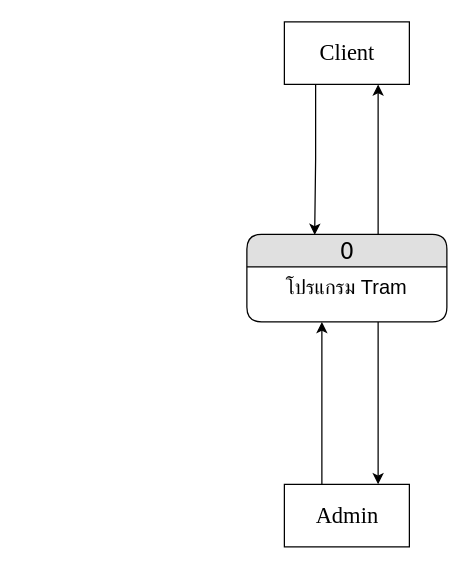
Above: page "Main" (1 of 3) of data_flow.drawio in Domineice/Tram_tracking_draft (draw.io), before the change. Source tidied: cells renumbered, new cells numbered last; positions are measured from the earlier drawing's top-left corner, leaving out a move shared by most shapes. Both pictures are drawn from the tidied source at 125%, with x=0, y=0 at pixel (246, 21).
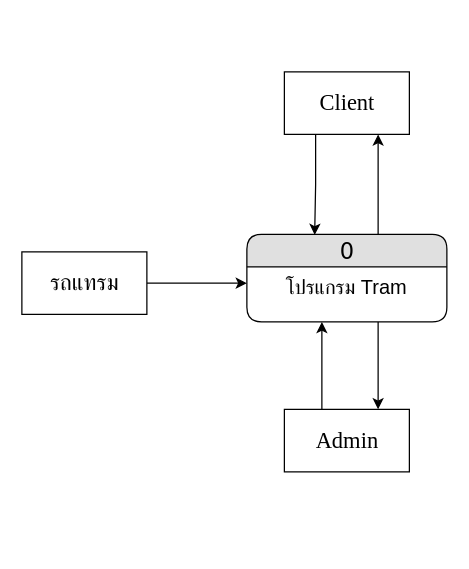
The same diagram, later.

Diff of the diagram source:
```diff
@@
 <mxGraphModel background="#ffffff">
   <root>
     <mxCell id="0" />
     <mxCell id="1" parent="0" />
     <mxCell id="2" style="edgeStyle=orthogonalEdgeStyle;rounded=1;jettySize=auto;html=1;fontFamily=Times New Roman;fontSize=11;entryX=0.75;entryY=0;entryDx=0;entryDy=0;" parent="1" edge="1" source="3" target="8">
       <mxGeometry relative="1" as="geometry">
         <Array as="points">
           <mxPoint x="105" y="280" />
           <mxPoint x="105" y="280" />
         </Array>
       </mxGeometry>
     </mxCell>
     <mxCell id="3" value="&lt;font style=&quot;font-size: 18px&quot;&gt;0&lt;/font&gt;" style="swimlane;html=1;fontStyle=0;horizontal=1;startSize=26;fillColor=#e0e0e0;swimlaneFillColor=#ffffff;align=center;rounded=1;shadow=0;comic=0;labelBackgroundColor=none;strokeWidth=1;fontFamily=Verdana;fontSize=12;" parent="1" vertex="1">
       <mxGeometry y="170" width="160" height="70" as="geometry" />
     </mxCell>
     <mxCell id="4" value="&lt;font style=&quot;font-size: 16px&quot;&gt;โปรแกรม Tram Tracking&lt;/font&gt;" style="text;html=1;strokeColor=none;fillColor=none;spacingLeft=4;spacingRight=4;whiteSpace=wrap;overflow=hidden;points=[[0,0.5],[1,0.5]];portConstraint=eastwest;align=center;" parent="3" vertex="1">
       <mxGeometry y="26" width="160" height="26" as="geometry" />
     </mxCell>
     <mxCell id="5" style="edgeStyle=orthogonalEdgeStyle;rounded=0;jettySize=auto;html=1;exitX=0.25;exitY=1;exitDx=0;exitDy=0;entryX=0.339;entryY=0.006;entryDx=0;entryDy=0;entryPerimeter=0;fontFamily=Times New Roman;fontSize=18;" parent="1" edge="1" source="6" target="3">
       <mxGeometry relative="1" as="geometry" />
     </mxCell>
     <mxCell id="6" value="Client" style="html=1;dashed=0;whitespace=wrap;fontFamily=Times New Roman;fontSize=18;align=center;" parent="1" vertex="1">
-      <mxGeometry x="30" width="100" height="50" as="geometry" />
+      <mxGeometry x="30" y="40" width="100" height="50" as="geometry" />
     </mxCell>
     <mxCell id="7" style="edgeStyle=orthogonalEdgeStyle;rounded=1;jettySize=auto;html=1;fontFamily=Times New Roman;fontSize=11;" parent="1" edge="1" source="8">
       <mxGeometry relative="1" as="geometry">
         <mxPoint x="60" y="240" as="targetPoint" />
         <Array as="points">
           <mxPoint x="60" y="340" />
           <mxPoint x="60" y="340" />
         </Array>
       </mxGeometry>
     </mxCell>
     <mxCell id="8" value="Admin" style="html=1;dashed=0;whitespace=wrap;fontFamily=Times New Roman;fontSize=18;align=center;" parent="1" vertex="1">
-      <mxGeometry x="30" y="370" width="100" height="50" as="geometry" />
+      <mxGeometry x="30" y="310" width="100" height="50" as="geometry" />
     </mxCell>
     <mxCell id="9" style="endArrow=classic;html=1;rounded=0;fontFamily=Times New Roman;fontSize=18;entryX=0.75;entryY=1;entryDx=0;entryDy=0;" parent="1" edge="1" target="6">
       <mxGeometry relative="1" as="geometry">
         <mxPoint x="105" y="170" as="sourcePoint" />
       </mxGeometry>
     </mxCell>
+    <mxCell id="10" style="edgeStyle=orthogonalEdgeStyle;rounded=0;jettySize=auto;html=1;" parent="1" edge="1" source="11" target="4">
+      <mxGeometry relative="1" as="geometry" />
+    </mxCell>
+    <mxCell id="11" value="รถแทรม" style="html=1;dashed=0;whitespace=wrap;fontFamily=Times New Roman;fontSize=18;align=center;" parent="1" vertex="1">
+      <mxGeometry x="-180" y="184" width="100" height="50" as="geometry" />
+    </mxCell>
   </root>
 </mxGraphModel>
```
